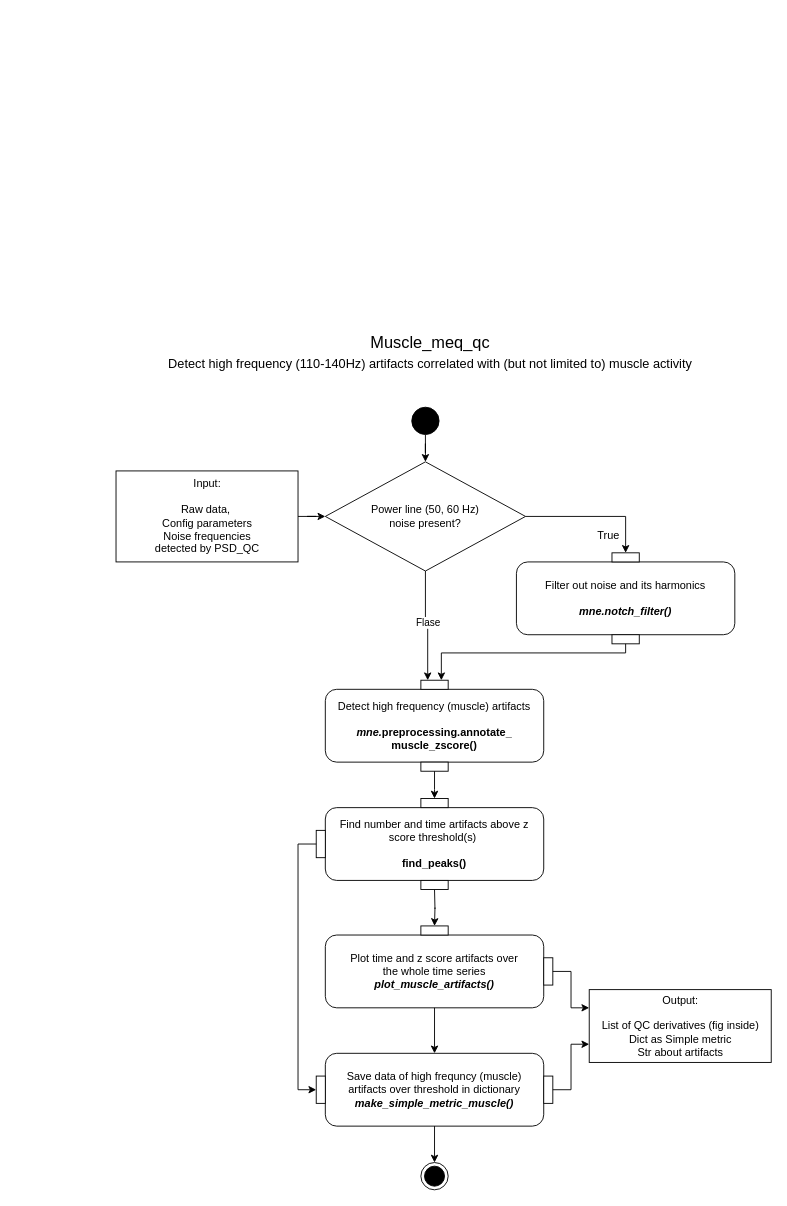
Above: diagrams/_Muscle_UML2.5.drawio in oldgandalf/MEGqcJorge (draw.io), before the change. Source tidied: cells renumbered, new cells numbered last; positions are measured from the earlier drawing's top-left corner, leaving out a move shared by most shapes. Both pictures are drawn from the tidied source at 91%, with x=0, y=0 at pixel (116, 325).
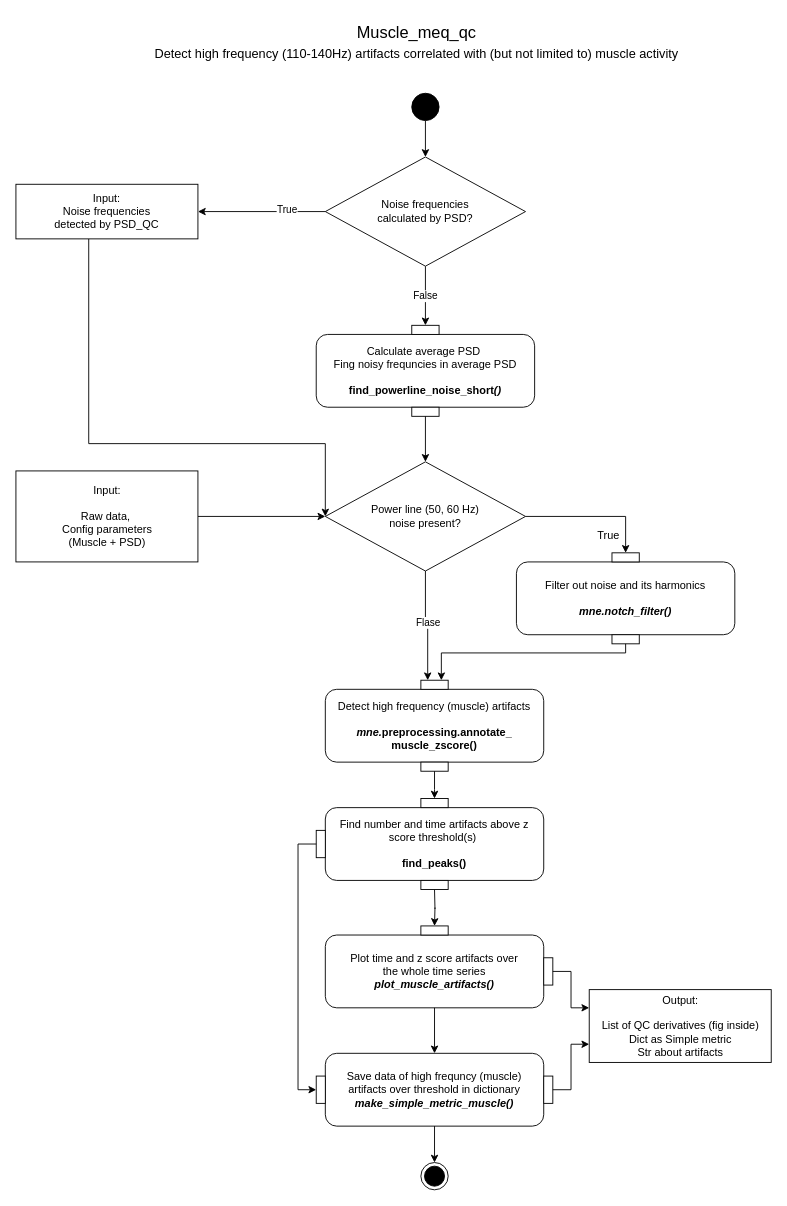
The same page after the edit.

Unchanged cells that the change refers to:
```xml
<mxCell id="5" value="Power line (50, 60 Hz) &lt;br&gt;noise present?" style="rhombus;whiteSpace=wrap;html=1;fontSize=12;" parent="1" vertex="1">
  <mxGeometry x="230" y="150" width="220" height="120" as="geometry" />
</mxCell>
```

Change to the diagram source:
```diff
@@
     <mxCell id="2" value="&lt;font style=&quot;&quot;&gt;Muscle_meq_qc&lt;br&gt;&lt;font style=&quot;font-size: 14px;&quot;&gt;Detect high frequency (110-140Hz) artifacts correlated with (but not limited to) muscle activity&lt;/font&gt;&lt;br&gt;&lt;/font&gt;" style="text;html=1;align=center;verticalAlign=middle;strokeColor=none;fillColor=none;fontSize=18;fontFamily=Helvetica;" parent="1" vertex="1">
-      <mxGeometry x="45" width="600" height="60" as="geometry" />
+      <mxGeometry x="30" y="-340" width="600" height="60" as="geometry" />
     </mxCell>
@@
-    <mxCell id="9" value="Input:&lt;br&gt;&lt;br&gt;Raw data,&amp;nbsp;&lt;br&gt;Config parameters&lt;br&gt;Noise frequencies &lt;br&gt;detected by PSD_QC" style="html=1;" parent="1" vertex="1">
-      <mxGeometry y="160" width="200" height="100" as="geometry" />
+    <mxCell id="9" value="Input:&lt;br&gt;&lt;br&gt;Raw data,&amp;nbsp;&lt;br&gt;Config parameters &lt;br&gt;(Muscle + PSD)&lt;br&gt;" style="html=1;" parent="1" vertex="1">
+      <mxGeometry x="-110" y="160" width="200" height="100" as="geometry" />
     </mxCell>
-    <mxCell id="10" style="edgeStyle=orthogonalEdgeStyle;rounded=0;jettySize=auto;html=1;" parent="1" edge="1" source="11" target="5">
-      <mxGeometry relative="1" as="geometry" />
-    </mxCell>
+    <mxCell id="43" style="edgeStyle=orthogonalEdgeStyle;rounded=0;jettySize=auto;html=1;" parent="1" edge="1" source="11" target="47">
+      <mxGeometry relative="1" as="geometry" />
+    </mxCell>
     <mxCell id="11" style="ellipse;fillColor=strokeColor;" parent="1" vertex="1">
-      <mxGeometry x="325" y="90" width="30" height="30" as="geometry" />
+      <mxGeometry x="325" y="-255" width="30" height="30" as="geometry" />
     </mxCell>
@@
+    <mxCell id="44" style="edgeStyle=orthogonalEdgeStyle;rounded=0;jettySize=auto;html=1;entryX=1;entryY=0.5;entryDx=0;entryDy=0;" parent="1" edge="1" source="47" target="49">
+      <mxGeometry relative="1" as="geometry" />
+    </mxCell>
+    <mxCell id="45" value="True" style="edgeLabel;html=1;align=center;verticalAlign=middle;" parent="44" vertex="1">
+      <mxGeometry x="-0.38" y="-3" relative="1" as="geometry" />
+    </mxCell>
+    <mxCell id="46" value="False" style="edgeStyle=orthogonalEdgeStyle;rounded=0;jettySize=auto;html=1;" parent="1" edge="1" source="47" target="53">
+      <mxGeometry relative="1" as="geometry">
+        <Array as="points">
+          <mxPoint x="340" y="-30" />
+          <mxPoint x="340" y="-30" />
+        </Array>
+      </mxGeometry>
+    </mxCell>
+    <mxCell id="47" value="Noise frequencies &lt;br&gt;calculated by PSD?" style="rhombus;whiteSpace=wrap;html=1;fontSize=12;" parent="1" vertex="1">
+      <mxGeometry x="230" y="-185" width="220" height="120" as="geometry" />
+    </mxCell>
+    <mxCell id="48" style="edgeStyle=orthogonalEdgeStyle;rounded=0;jettySize=auto;html=1;" parent="1" edge="1" source="49">
+      <mxGeometry relative="1" as="geometry">
+        <mxPoint x="230" y="210" as="targetPoint" />
+        <Array as="points">
+          <mxPoint x="-30" y="130" />
+          <mxPoint x="230" y="130" />
+        </Array>
+      </mxGeometry>
+    </mxCell>
+    <mxCell id="49" value="Input:&lt;br&gt;Noise frequencies&lt;br style=&quot;border-color: var(--border-color);&quot;&gt;&lt;span style=&quot;&quot;&gt;detected by PSD_QC&lt;/span&gt;" style="rounded=0;whiteSpace=wrap;html=1;" parent="1" vertex="1">
+      <mxGeometry x="-110" y="-155" width="200" height="60" as="geometry" />
+    </mxCell>
+    <mxCell id="50" style="group;" parent="1" vertex="1">
+      <mxGeometry x="220" width="240" height="100" as="geometry" />
+    </mxCell>
+    <mxCell id="51" value="Calculate average PSD&amp;nbsp;&lt;br&gt;Fing noisy frequncies in average PSD&lt;br&gt;&lt;br&gt;&lt;b&gt;find_powerline_noise_short&lt;/b&gt;&lt;i&gt;&lt;b&gt;()&lt;/b&gt;&lt;/i&gt;" style="html=1;align=center;verticalAlign=middle;rounded=1;absoluteArcSize=1;arcSize=25;dashed=0;fontFamily=Helvetica;fontSize=12;whiteSpace=wrap;noLabel=0;imageAlign=center;" parent="50" vertex="1">
+      <mxGeometry y="10" width="240" height="80" as="geometry" />
+    </mxCell>
+    <mxCell id="52" value="pinOut 2" style="fontStyle=0;labelPosition=center;verticalLabelPosition=bottom;align=center;verticalAlign=top;spacingLeft=2;fontFamily=Helvetica;fontSize=12;noLabel=1;" parent="50" vertex="1">
+      <mxGeometry x="105" y="90" width="30" height="10" as="geometry" />
+    </mxCell>
+    <mxCell id="53" value="pinIn 1" style="fontStyle=0;labelPosition=center;verticalLabelPosition=top;align=center;verticalAlign=bottom;spacingLeft=2;fontFamily=Helvetica;fontSize=12;noLabel=1;" parent="50" vertex="1">
+      <mxGeometry x="105" width="30" height="10" as="geometry" />
+    </mxCell>
+    <mxCell id="54" style="edgeStyle=orthogonalEdgeStyle;rounded=0;jettySize=auto;html=1;" parent="1" edge="1" source="52" target="5">
+      <mxGeometry relative="1" as="geometry" />
+    </mxCell>
```
